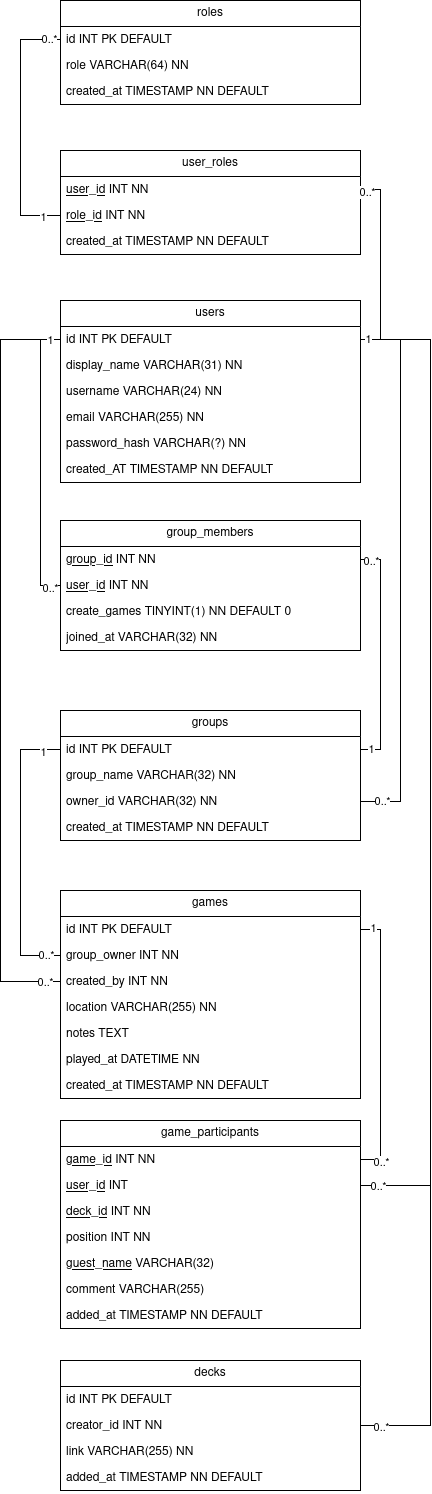
Before: ERM_Diagram.drawio.png, a diagram exported from draw.io (Nevah5/ManaMetrics). Source tidied: cells renumbered, new cells last; positions are measured from the earlier drawing's top-left corner, leaving out a move shared by most shapes.
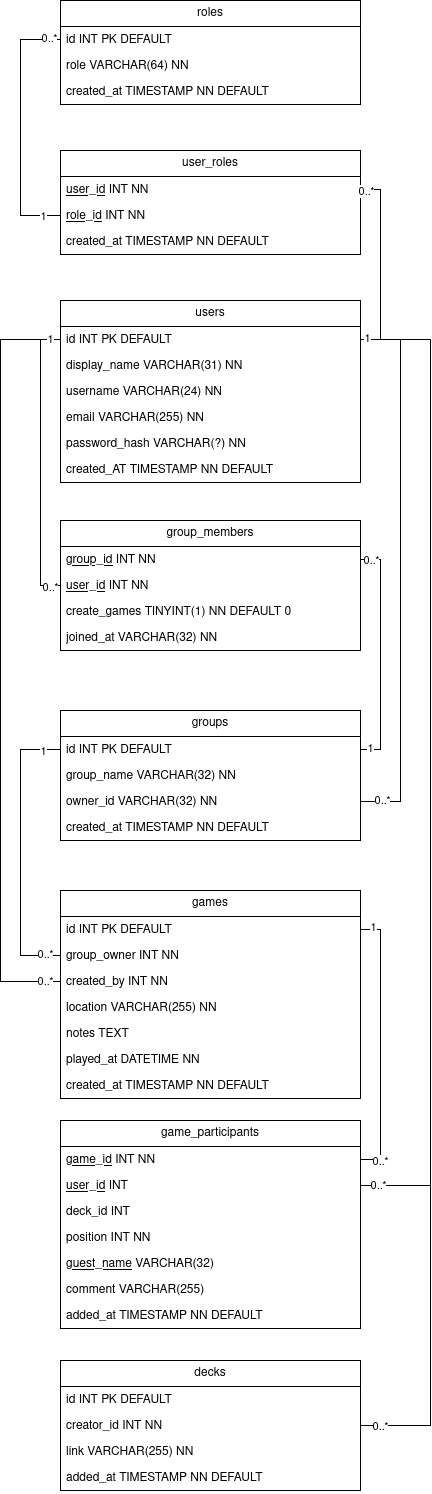
After the commit.

Commit message:
Changed database schema file

Change to the diagram source:
```diff
@@ -198,7 +198,7 @@
     <mxCell id="55" value="&lt;u&gt;user_id&lt;/u&gt; INT" style="text;strokeColor=none;fillColor=none;align=left;verticalAlign=top;spacingLeft=4;spacingRight=4;overflow=hidden;points=[[0,0.5],[1,0.5]];portConstraint=eastwest;whiteSpace=wrap;html=1;" parent="53" vertex="1">
       <mxGeometry y="52" width="300" height="26" as="geometry" />
     </mxCell>
-    <mxCell id="56" value="&lt;u&gt;deck_id&lt;/u&gt; INT NN" style="text;strokeColor=none;fillColor=none;align=left;verticalAlign=top;spacingLeft=4;spacingRight=4;overflow=hidden;whiteSpace=wrap;html=1;" parent="53" vertex="1">
+    <mxCell id="56" value="deck_id INT" style="text;strokeColor=none;fillColor=none;align=left;verticalAlign=top;spacingLeft=4;spacingRight=4;overflow=hidden;whiteSpace=wrap;html=1;" parent="53" vertex="1">
       <mxGeometry y="78" width="300" height="26" as="geometry" />
     </mxCell>
     <mxCell id="57" value="position INT NN" style="text;strokeColor=none;fillColor=none;align=left;verticalAlign=top;spacingLeft=4;spacingRight=4;overflow=hidden;whiteSpace=wrap;html=1;" parent="53" vertex="1">
```
